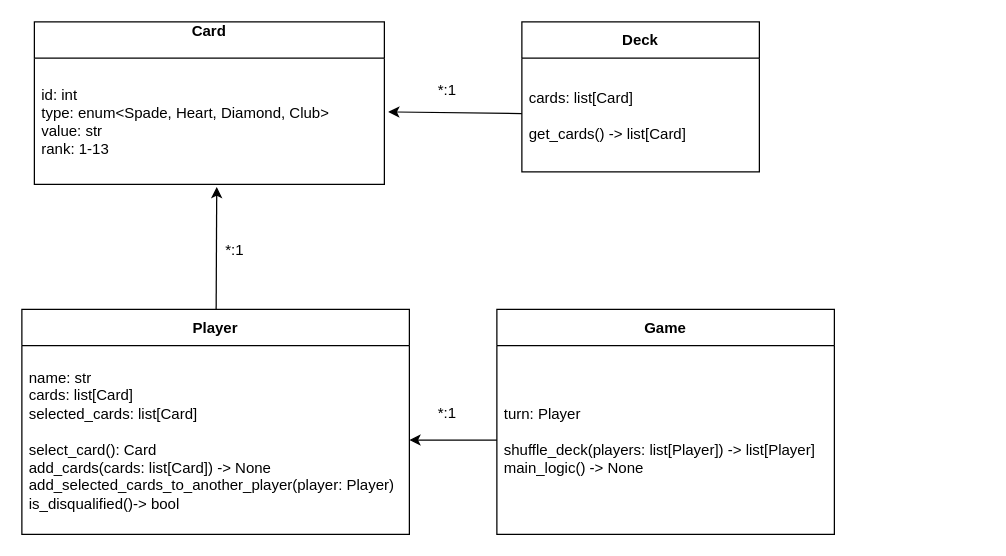
Before: py/02_jose_portilla/milestone_project/02-war/war-class-diagram.drawio in skryptx/ready-set-code, a draw.io diagram. Source tidied: cells renumbered, new cells numbered last; positions are measured from the earlier drawing's top-left corner, leaving out a move shared by most shapes. Both pictures are drawn from the tidied source at 125%, with x=0, y=0 at pixel (21, 21).
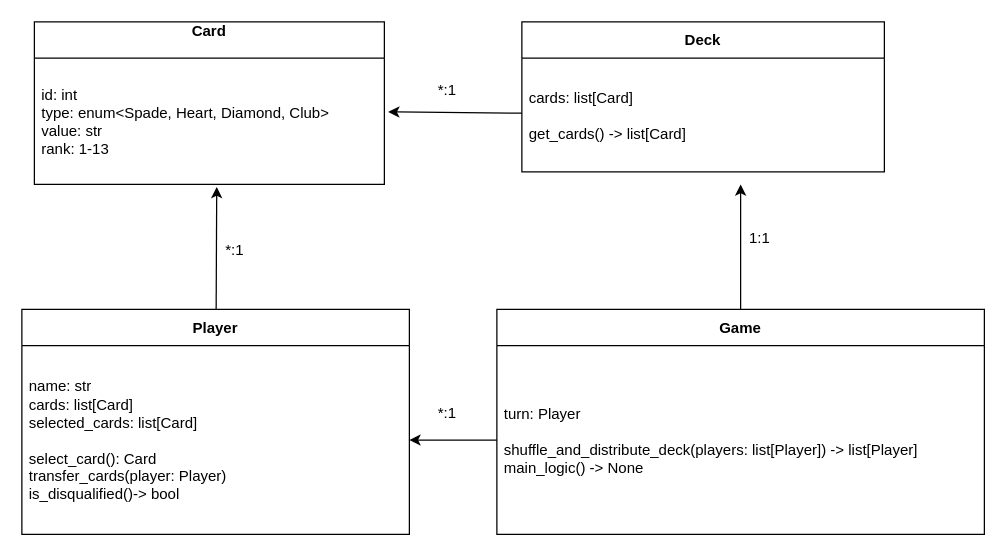
After the change.

Commit message (it also covers changes not shown here):
feat(py): refactor Deck and Player classes

What changed in the source:
```diff
@@
 <mxGraphModel>
   <root>
     <mxCell id="0" />
     <mxCell id="1" parent="0" />
     <mxCell id="2" value="Card&lt;div&gt;&lt;br&gt;&lt;/div&gt;" style="swimlane;fontStyle=1;align=center;verticalAlign=middle;horizontal=1;startSize=29;html=1;whiteSpace=wrap;" parent="1" vertex="1">
       <mxGeometry x="10" width="280" height="130" as="geometry" />
     </mxCell>
     <mxCell id="3" value="&lt;div&gt;&lt;br&gt;&lt;/div&gt;&lt;div&gt;id: int&lt;/div&gt;type: enum&amp;lt;Spade, Heart, Diamond, Club&amp;gt;&lt;div&gt;value: str&lt;/div&gt;&lt;div&gt;rank: 1-13&lt;/div&gt;&lt;div&gt;&lt;br&gt;&lt;/div&gt;" style="text;html=1;strokeColor=none;fillColor=none;align=left;verticalAlign=middle;spacingLeft=4;spacingRight=4;overflow=hidden;points=[[0,0.5],[1,0.5]];portConstraint=eastwest;whiteSpace=wrap;" parent="2" vertex="1">
       <mxGeometry y="29" width="280" height="101" as="geometry" />
     </mxCell>
     <mxCell id="4" value="Deck" style="swimlane;fontStyle=1;align=center;verticalAlign=middle;horizontal=1;startSize=29;html=1;whiteSpace=wrap;" parent="1" vertex="1">
-      <mxGeometry x="400" width="190" height="120" as="geometry" />
+      <mxGeometry x="400" width="290" height="120" as="geometry" />
     </mxCell>
     <mxCell id="5" value="cards: list[Card]&lt;div&gt;&lt;font color=&quot;#000000&quot;&gt;&lt;br&gt;&lt;/font&gt;&lt;div&gt;&lt;font color=&quot;#000000&quot;&gt;get_cards() -&amp;gt; list[Card]&lt;/font&gt;&lt;/div&gt;&lt;/div&gt;" style="text;html=1;strokeColor=none;fillColor=none;align=left;verticalAlign=middle;spacingLeft=4;spacingRight=4;overflow=hidden;points=[[0,0.5],[1,0.5]];portConstraint=eastwest;whiteSpace=wrap;" parent="4" vertex="1">
-      <mxGeometry y="29" width="190" height="91" as="geometry" />
+      <mxGeometry y="29" width="290" height="91" as="geometry" />
     </mxCell>
     <mxCell id="6" value="Player" style="swimlane;fontStyle=1;align=center;verticalAlign=middle;horizontal=1;startSize=29;html=1;whiteSpace=wrap;" parent="1" vertex="1">
       <mxGeometry y="230" width="310" height="180" as="geometry" />
     </mxCell>
-    <mxCell id="7" value="&lt;div&gt;name: str&lt;/div&gt;cards: list[Card]&lt;div&gt;&lt;font color=&quot;#000000&quot;&gt;selected_cards: list[Card]&lt;br&gt;&lt;/font&gt;&lt;div&gt;&lt;br&gt;&lt;/div&gt;&lt;div&gt;select_card(): Card&lt;/div&gt;&lt;/div&gt;&lt;div&gt;add_cards(cards: list[Card]) -&amp;gt; None&lt;/div&gt;&lt;div&gt;add_selected_cards_to_another_player(player: Player)&lt;/div&gt;&lt;div&gt;is_disqualified()-&amp;gt; bool&lt;/div&gt;" style="text;html=1;strokeColor=none;fillColor=none;align=left;verticalAlign=middle;spacingLeft=4;spacingRight=4;overflow=hidden;points=[[0,0.5],[1,0.5]];portConstraint=eastwest;whiteSpace=wrap;" parent="6" vertex="1">
+    <mxCell id="7" value="&lt;div&gt;name: str&lt;/div&gt;cards: list[Card]&lt;div&gt;&lt;font color=&quot;#000000&quot;&gt;selected_cards: list[Card]&lt;br&gt;&lt;/font&gt;&lt;div&gt;&lt;br&gt;&lt;/div&gt;&lt;div&gt;select_card(): Card&lt;/div&gt;&lt;/div&gt;&lt;div&gt;transfer_cards(player: Player)&lt;/div&gt;&lt;div&gt;is_disqualified()-&amp;gt; bool&lt;/div&gt;" style="text;html=1;strokeColor=none;fillColor=none;align=left;verticalAlign=middle;spacingLeft=4;spacingRight=4;overflow=hidden;points=[[0,0.5],[1,0.5]];portConstraint=eastwest;whiteSpace=wrap;" parent="6" vertex="1">
       <mxGeometry y="29" width="310" height="151" as="geometry" />
     </mxCell>
+    <mxCell id="16" style="edgeStyle=none;html=1;" parent="1" edge="1" source="8">
+      <mxGeometry relative="1" as="geometry">
+        <mxPoint x="575" y="130" as="targetPoint" />
+      </mxGeometry>
+    </mxCell>
     <mxCell id="8" value="Game" style="swimlane;fontStyle=1;align=center;verticalAlign=middle;horizontal=1;startSize=29;html=1;whiteSpace=wrap;" parent="1" vertex="1">
-      <mxGeometry x="380" y="230" width="270" height="180" as="geometry" />
+      <mxGeometry x="380" y="230" width="390" height="180" as="geometry" />
     </mxCell>
-    <mxCell id="9" value="turn: Player&lt;div&gt;&lt;br&gt;&lt;/div&gt;&lt;div&gt;shuffle_deck(players: list[Player]) -&amp;gt; list[Player]&lt;/div&gt;&lt;div&gt;main_logic() -&amp;gt; None&lt;/div&gt;" style="text;html=1;strokeColor=none;fillColor=none;align=left;verticalAlign=middle;spacingLeft=4;spacingRight=4;overflow=hidden;points=[[0,0.5],[1,0.5]];portConstraint=eastwest;whiteSpace=wrap;" parent="8" vertex="1">
-      <mxGeometry y="29" width="270" height="151" as="geometry" />
+    <mxCell id="9" value="turn: Player&lt;div&gt;&lt;br&gt;&lt;/div&gt;&lt;div&gt;shuffle_and_distribute_deck(players: list[Player]) -&amp;gt; list[Player]&lt;/div&gt;&lt;div&gt;main_logic() -&amp;gt; None&lt;/div&gt;" style="text;html=1;strokeColor=none;fillColor=none;align=left;verticalAlign=middle;spacingLeft=4;spacingRight=4;overflow=hidden;points=[[0,0.5],[1,0.5]];portConstraint=eastwest;whiteSpace=wrap;" parent="8" vertex="1">
+      <mxGeometry y="29" width="390" height="151" as="geometry" />
     </mxCell>
     <mxCell id="10" style="edgeStyle=none;html=1;entryX=1;entryY=0.5;entryDx=0;entryDy=0;" parent="1" edge="1" source="9" target="7">
       <mxGeometry relative="1" as="geometry" />
     </mxCell>
     <mxCell id="11" value="*:1" style="text;html=1;align=center;verticalAlign=middle;strokeColor=none;fillColor=none;" parent="1" vertex="1">
       <mxGeometry x="320" y="298" width="40" height="30" as="geometry" />
     </mxCell>
     <mxCell id="12" style="edgeStyle=none;html=1;entryX=0.521;entryY=1.02;entryDx=0;entryDy=0;entryPerimeter=0;" parent="1" edge="1" source="6" target="3">
       <mxGeometry relative="1" as="geometry" />
     </mxCell>
     <mxCell id="13" value="*:1" style="text;html=1;align=center;verticalAlign=middle;strokeColor=none;fillColor=none;" parent="1" vertex="1">
       <mxGeometry x="150" y="168" width="40" height="30" as="geometry" />
     </mxCell>
     <mxCell id="14" style="edgeStyle=none;html=1;entryX=1.011;entryY=0.426;entryDx=0;entryDy=0;entryPerimeter=0;" parent="1" edge="1" source="5" target="3">
       <mxGeometry relative="1" as="geometry" />
     </mxCell>
     <mxCell id="15" value="*:1" style="text;html=1;align=center;verticalAlign=middle;strokeColor=none;fillColor=none;" parent="1" vertex="1">
       <mxGeometry x="320" y="40" width="40" height="30" as="geometry" />
     </mxCell>
+    <mxCell id="17" value="1:1" style="text;html=1;align=center;verticalAlign=middle;strokeColor=none;fillColor=none;" parent="1" vertex="1">
+      <mxGeometry x="570" y="158" width="40" height="30" as="geometry" />
+    </mxCell>
   </root>
 </mxGraphModel>
```
